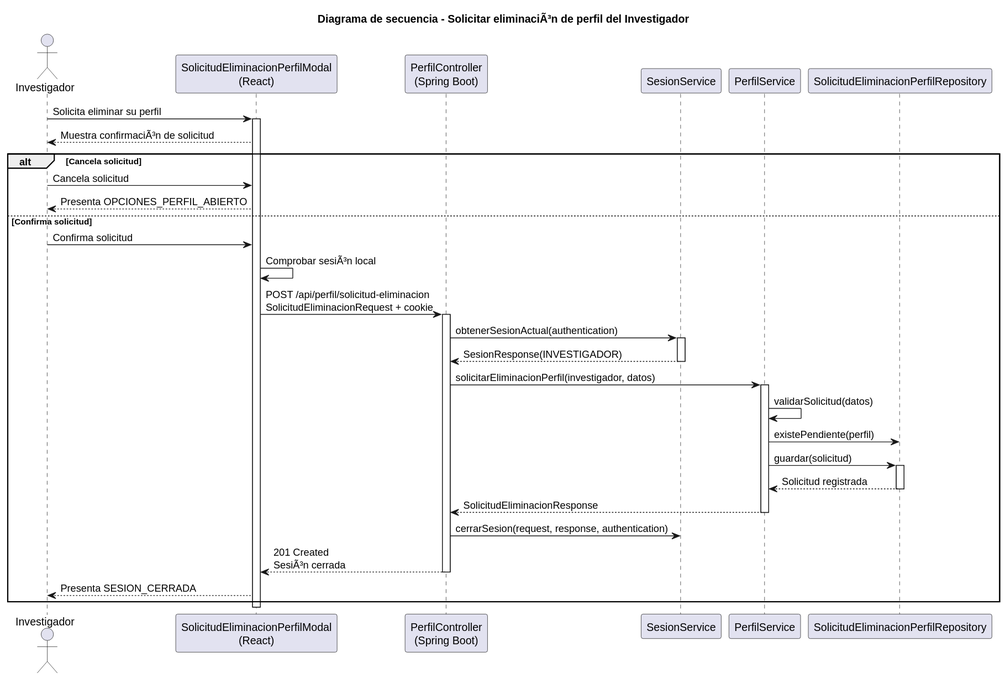
Before: images/RUP/02-diseño/casos-uso/investigador/solicitarEliminacionPerfil/secuencia.svg, a diagram exported from PlantUML (beatriizorozco/25-26-idsw2-sdVC).
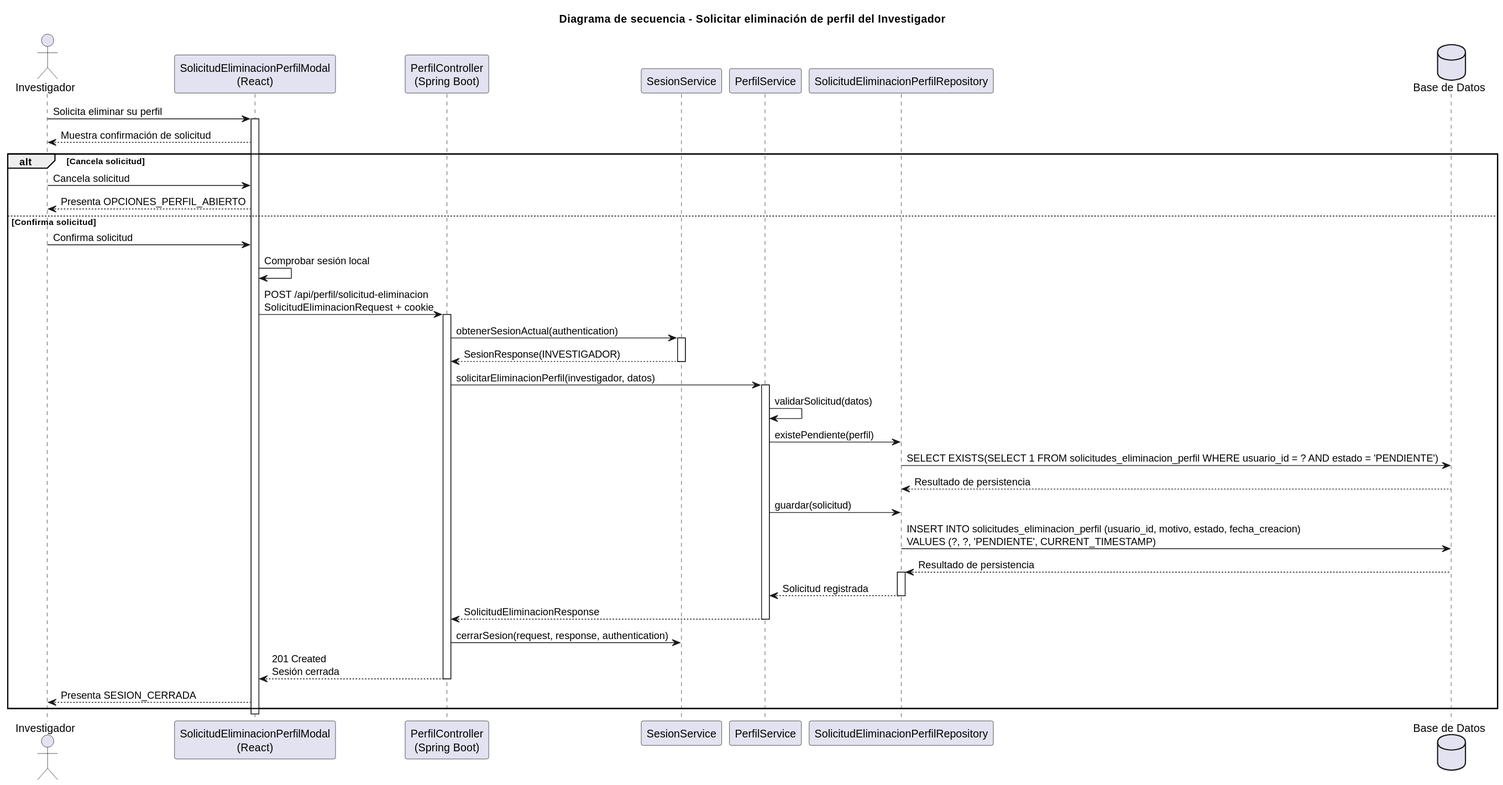
Later version of the same file.

Change to the diagram source:
```diff
@@ -1,5 +1,5 @@
 @startuml
-title Diagrama de secuencia - Solicitar eliminaciÃ³n de perfil del Investigador
+title Diagrama de secuencia - Solicitar eliminación de perfil del Investigador
 
 actor Investigador
 participant "SolicitudEliminacionPerfilModal\n(React)" as Frontend
@@ -7,16 +7,17 @@
 participant "SesionService" as Sesion
 participant "PerfilService" as PerfilService
 participant "SolicitudEliminacionPerfilRepository" as SolicitudRepository
+database "Base de Datos" as DB
 
 Investigador -> Frontend: Solicita eliminar su perfil
 activate Frontend
-Frontend --> Investigador: Muestra confirmaciÃ³n de solicitud
+Frontend --> Investigador: Muestra confirmación de solicitud
 alt Cancela solicitud
     Investigador -> Frontend: Cancela solicitud
     Frontend --> Investigador: Presenta OPCIONES_PERFIL_ABIERTO
 else Confirma solicitud
     Investigador -> Frontend: Confirma solicitud
-    Frontend -> Frontend: Comprobar sesiÃ³n local
+    Frontend -> Frontend: Comprobar sesión local
     Frontend -> Api: POST /api/perfil/solicitud-eliminacion\nSolicitudEliminacionRequest + cookie
     activate Api
     Api -> Sesion: obtenerSesionActual(authentication)
@@ -27,14 +28,18 @@
     activate PerfilService
     PerfilService -> PerfilService: validarSolicitud(datos)
     PerfilService -> SolicitudRepository: existePendiente(perfil)
+    SolicitudRepository -> DB: SELECT EXISTS(SELECT 1 FROM solicitudes_eliminacion_perfil WHERE usuario_id = ? AND estado = 'PENDIENTE')
+    DB --> SolicitudRepository: Resultado de persistencia
     PerfilService -> SolicitudRepository: guardar(solicitud)
+    SolicitudRepository -> DB: INSERT INTO solicitudes_eliminacion_perfil (usuario_id, motivo, estado, fecha_creacion)\nVALUES (?, ?, 'PENDIENTE', CURRENT_TIMESTAMP)
+    DB --> SolicitudRepository: Resultado de persistencia
     activate SolicitudRepository
     SolicitudRepository --> PerfilService: Solicitud registrada
     deactivate SolicitudRepository
     PerfilService --> Api: SolicitudEliminacionResponse
     deactivate PerfilService
     Api -> Sesion: cerrarSesion(request, response, authentication)
-    Api --> Frontend: 201 Created\nSesiÃ³n cerrada
+    Api --> Frontend: 201 Created\nSesión cerrada
     deactivate Api
     Frontend --> Investigador: Presenta SESION_CERRADA
 end
```
